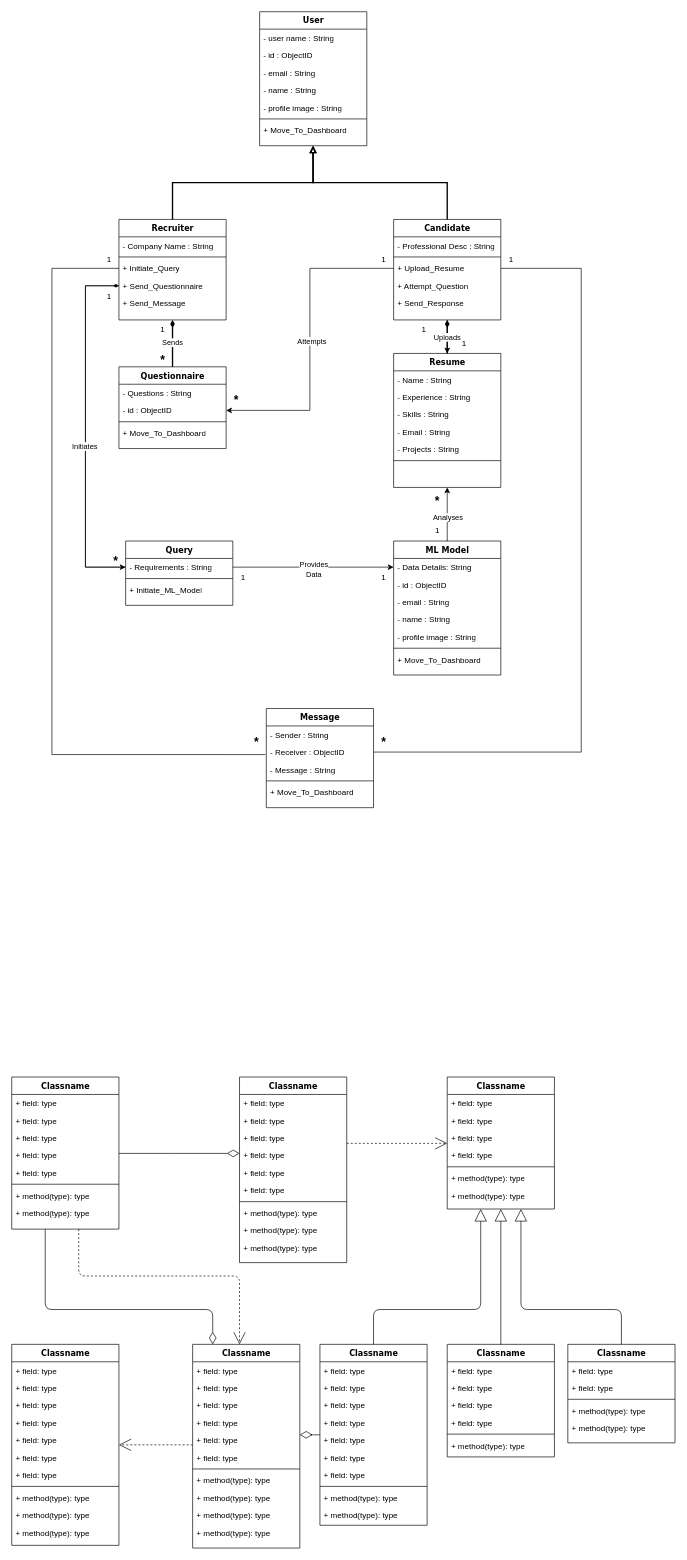
Earlier version of the draw.io diagram diagrams/Class Dia.drawio (ParthKapoor-dev/Purity.AI). Source tidied: cells renumbered, new cells numbered last; positions are measured from the earlier drawing's top-left corner, leaving out a move shared by most shapes. Both pictures are drawn from the tidied source at 67%, with x=0, y=0 at pixel (11, 11).
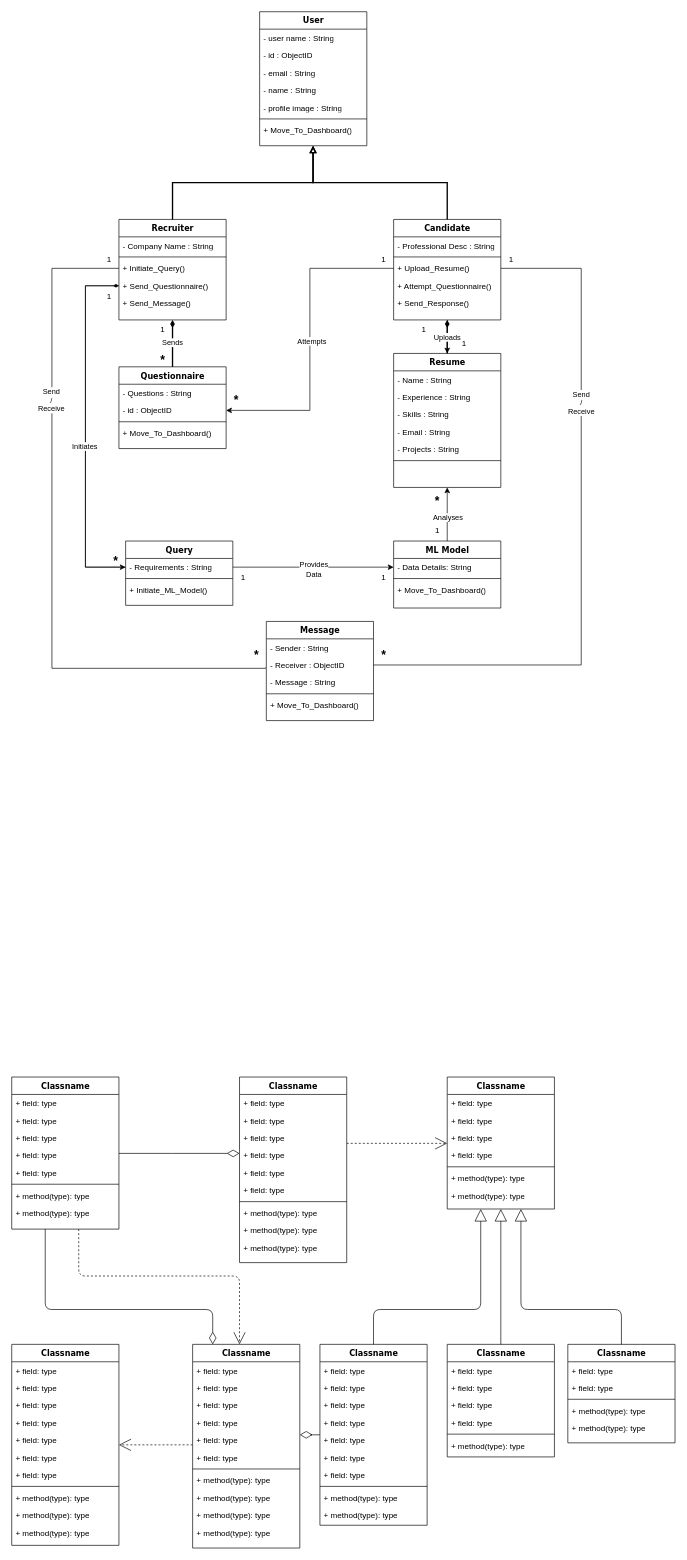
After the change.

Unchanged cells that the change refers to:
```xml
<mxCell id="87" value="Recruiter" style="swimlane;html=1;fontStyle=1;align=center;verticalAlign=top;horizontal=1;startSize=26;swimlaneFillColor=#ffffff;rounded=0;shadow=0;comic=0;labelBackgroundColor=none;strokeWidth=1;fillColor=none;fontFamily=Verdana;fontSize=12;" parent="1" vertex="1">
  <mxGeometry x="160" y="310" width="160" height="150" as="geometry" />
</mxCell>
<mxCell id="93" value="User" style="swimlane;html=1;fontStyle=1;align=center;verticalAlign=top;horizontal=1;startSize=26;swimlaneFillColor=#ffffff;rounded=0;shadow=0;comic=0;labelBackgroundColor=none;strokeWidth=1;fillColor=none;fontFamily=Verdana;fontSize=12;" parent="1" vertex="1">
  <mxGeometry x="370" width="160" height="200" as="geometry" />
</mxCell>
<mxCell id="102" value="Candidate" style="swimlane;html=1;fontStyle=1;align=center;verticalAlign=top;horizontal=1;startSize=26;swimlaneFillColor=#ffffff;rounded=0;shadow=0;comic=0;labelBackgroundColor=none;strokeWidth=1;fillColor=none;fontFamily=Verdana;fontSize=12;" parent="1" vertex="1">
  <mxGeometry x="570" y="310" width="160" height="150" as="geometry" />
</mxCell>
<mxCell id="110" value="Questionnaire" style="swimlane;html=1;fontStyle=1;align=center;verticalAlign=top;horizontal=1;startSize=26;swimlaneFillColor=#ffffff;rounded=0;shadow=0;comic=0;labelBackgroundColor=none;strokeWidth=1;fillColor=none;fontFamily=Verdana;fontSize=12;" parent="1" vertex="1">
  <mxGeometry x="160" y="530" width="160" height="122" as="geometry" />
</mxCell>
<mxCell id="124" value="Query" style="swimlane;html=1;fontStyle=1;align=center;verticalAlign=top;horizontal=1;startSize=26;swimlaneFillColor=#ffffff;rounded=0;shadow=0;comic=0;labelBackgroundColor=none;strokeWidth=1;fillColor=none;fontFamily=Verdana;fontSize=12;" parent="1" vertex="1">
  <mxGeometry x="170" y="790" width="160" height="96" as="geometry" />
</mxCell>
<mxCell id="140" value="- Receiver : ObjectID" style="text;html=1;strokeColor=none;fillColor=none;align=left;verticalAlign=top;spacingLeft=4;spacingRight=4;whiteSpace=wrap;overflow=hidden;points=[[0,0.5],[1,0.5]];portConstraint=eastwest;" parent="138" vertex="1">
  <mxGeometry y="52" width="160" height="26" as="geometry" />
</mxCell>
```

What changed in the source:
```diff
@@
-    <mxCell id="90" value="+ Initiate_Query" style="text;html=1;strokeColor=none;fillColor=none;align=left;verticalAlign=top;spacingLeft=4;spacingRight=4;whiteSpace=wrap;overflow=hidden;points=[[0,0.5],[1,0.5]];portConstraint=eastwest;" parent="87" vertex="1">
+    <mxCell id="90" value="+ Initiate_Query()" style="text;html=1;strokeColor=none;fillColor=none;align=left;verticalAlign=top;spacingLeft=4;spacingRight=4;whiteSpace=wrap;overflow=hidden;points=[[0,0.5],[1,0.5]];portConstraint=eastwest;" parent="87" vertex="1">
       <mxGeometry y="60" width="160" height="26" as="geometry" />
     </mxCell>
-    <mxCell id="91" value="+ Send_Questionnaire" style="text;html=1;strokeColor=none;fillColor=none;align=left;verticalAlign=top;spacingLeft=4;spacingRight=4;whiteSpace=wrap;overflow=hidden;points=[[0,0.5],[1,0.5]];portConstraint=eastwest;" parent="87" vertex="1">
+    <mxCell id="91" value="+ Send_Questionnaire()" style="text;html=1;strokeColor=none;fillColor=none;align=left;verticalAlign=top;spacingLeft=4;spacingRight=4;whiteSpace=wrap;overflow=hidden;points=[[0,0.5],[1,0.5]];portConstraint=eastwest;" parent="87" vertex="1">
       <mxGeometry y="86" width="160" height="26" as="geometry" />
     </mxCell>
-    <mxCell id="92" value="+ Send_Message" style="text;html=1;strokeColor=none;fillColor=none;align=left;verticalAlign=top;spacingLeft=4;spacingRight=4;whiteSpace=wrap;overflow=hidden;" parent="87" vertex="1">
+    <mxCell id="92" value="+ Send_Message()" style="text;html=1;strokeColor=none;fillColor=none;align=left;verticalAlign=top;spacingLeft=4;spacingRight=4;whiteSpace=wrap;overflow=hidden;" parent="87" vertex="1">
       <mxGeometry y="112" width="160" height="26" as="geometry" />
     </mxCell>
@@
-    <mxCell id="100" value="+ Move_To_Dashboard" style="text;html=1;strokeColor=none;fillColor=none;align=left;verticalAlign=top;spacingLeft=4;spacingRight=4;whiteSpace=wrap;overflow=hidden;points=[[0,0.5],[1,0.5]];portConstraint=eastwest;" parent="93" vertex="1">
+    <mxCell id="100" value="+ Move_To_Dashboard()" style="text;html=1;strokeColor=none;fillColor=none;align=left;verticalAlign=top;spacingLeft=4;spacingRight=4;whiteSpace=wrap;overflow=hidden;points=[[0,0.5],[1,0.5]];portConstraint=eastwest;" parent="93" vertex="1">
       <mxGeometry y="164" width="160" height="36" as="geometry" />
     </mxCell>
@@
-    <mxCell id="105" value="+ Upload_Resume" style="text;html=1;strokeColor=none;fillColor=none;align=left;verticalAlign=top;spacingLeft=4;spacingRight=4;whiteSpace=wrap;overflow=hidden;points=[[0,0.5],[1,0.5]];portConstraint=eastwest;" parent="102" vertex="1">
+    <mxCell id="105" value="+ Upload_Resume()" style="text;html=1;strokeColor=none;fillColor=none;align=left;verticalAlign=top;spacingLeft=4;spacingRight=4;whiteSpace=wrap;overflow=hidden;points=[[0,0.5],[1,0.5]];portConstraint=eastwest;" parent="102" vertex="1">
       <mxGeometry y="60" width="160" height="26" as="geometry" />
     </mxCell>
-    <mxCell id="106" value="+ Attempt_Question" style="text;html=1;strokeColor=none;fillColor=none;align=left;verticalAlign=top;spacingLeft=4;spacingRight=4;whiteSpace=wrap;overflow=hidden;" parent="102" vertex="1">
+    <mxCell id="106" value="+ Attempt_Questionnaire()" style="text;html=1;strokeColor=none;fillColor=none;align=left;verticalAlign=top;spacingLeft=4;spacingRight=4;whiteSpace=wrap;overflow=hidden;" parent="102" vertex="1">
       <mxGeometry y="86" width="160" height="26" as="geometry" />
     </mxCell>
-    <mxCell id="107" value="+ Send_Response" style="text;html=1;strokeColor=none;fillColor=none;align=left;verticalAlign=top;spacingLeft=4;spacingRight=4;whiteSpace=wrap;overflow=hidden;" parent="102" vertex="1">
+    <mxCell id="107" value="+ Send_Response()" style="text;html=1;strokeColor=none;fillColor=none;align=left;verticalAlign=top;spacingLeft=4;spacingRight=4;whiteSpace=wrap;overflow=hidden;" parent="102" vertex="1">
       <mxGeometry y="112" width="160" height="26" as="geometry" />
     </mxCell>
@@
-    <mxCell id="114" value="+ Move_To_Dashboard" style="text;html=1;strokeColor=none;fillColor=none;align=left;verticalAlign=top;spacingLeft=4;spacingRight=4;whiteSpace=wrap;overflow=hidden;" parent="110" vertex="1">
+    <mxCell id="114" value="+ Move_To_Dashboard()" style="text;html=1;strokeColor=none;fillColor=none;align=left;verticalAlign=top;spacingLeft=4;spacingRight=4;whiteSpace=wrap;overflow=hidden;" parent="110" vertex="1">
       <mxGeometry y="86" width="160" height="36" as="geometry" />
     </mxCell>
@@
-    <mxCell id="127" value="+ Initiate_ML_Model" style="text;html=1;strokeColor=none;fillColor=none;align=left;verticalAlign=top;spacingLeft=4;spacingRight=4;whiteSpace=wrap;overflow=hidden;" parent="124" vertex="1">
+    <mxCell id="127" value="+ Initiate_ML_Model()" style="text;html=1;strokeColor=none;fillColor=none;align=left;verticalAlign=top;spacingLeft=4;spacingRight=4;whiteSpace=wrap;overflow=hidden;" parent="124" vertex="1">
       <mxGeometry y="60" width="160" height="36" as="geometry" />
     </mxCell>
@@
     <mxCell id="130" value="ML Model" style="swimlane;html=1;fontStyle=1;align=center;verticalAlign=top;horizontal=1;startSize=26;swimlaneFillColor=#ffffff;rounded=0;shadow=0;comic=0;labelBackgroundColor=none;strokeWidth=1;fillColor=none;fontFamily=Verdana;fontSize=12;" parent="1" vertex="1">
-      <mxGeometry x="570" y="790" width="160" height="200" as="geometry" />
+      <mxGeometry x="570" y="790" width="160" height="100" as="geometry" />
     </mxCell>
@@
-    <mxCell id="132" value="- id : ObjectID" style="text;html=1;strokeColor=none;fillColor=none;align=left;verticalAlign=top;spacingLeft=4;spacingRight=4;whiteSpace=wrap;overflow=hidden;" parent="130" vertex="1">
-      <mxGeometry y="52" width="160" height="26" as="geometry" />
-    </mxCell>
-    <mxCell id="133" value="- email : String" style="text;html=1;strokeColor=none;fillColor=none;align=left;verticalAlign=top;spacingLeft=4;spacingRight=4;whiteSpace=wrap;overflow=hidden;" parent="130" vertex="1">
-      <mxGeometry y="78" width="160" height="26" as="geometry" />
-    </mxCell>
-    <mxCell id="134" value="- name : String" style="text;html=1;strokeColor=none;fillColor=none;align=left;verticalAlign=top;spacingLeft=4;spacingRight=4;whiteSpace=wrap;overflow=hidden;" parent="130" vertex="1">
-      <mxGeometry y="104" width="160" height="26" as="geometry" />
-    </mxCell>
-    <mxCell id="135" value="- profile image : String" style="text;html=1;strokeColor=none;fillColor=none;align=left;verticalAlign=top;spacingLeft=4;spacingRight=4;whiteSpace=wrap;overflow=hidden;" parent="130" vertex="1">
-      <mxGeometry y="130" width="160" height="26" as="geometry" />
-    </mxCell>
     <mxCell id="136" style="line;html=1;strokeWidth=1;fillColor=none;align=left;verticalAlign=middle;spacingTop=-1;spacingLeft=3;spacingRight=3;labelPosition=right;" parent="130" vertex="1">
-      <mxGeometry y="156" width="160" height="8" as="geometry" />
+      <mxGeometry y="52" width="160" height="8" as="geometry" />
     </mxCell>
-    <mxCell id="137" value="+ Move_To_Dashboard" style="text;html=1;strokeColor=none;fillColor=none;align=left;verticalAlign=top;spacingLeft=4;spacingRight=4;whiteSpace=wrap;overflow=hidden;" parent="130" vertex="1">
-      <mxGeometry y="164" width="160" height="36" as="geometry" />
+    <mxCell id="137" value="+ Move_To_Dashboard()" style="text;html=1;strokeColor=none;fillColor=none;align=left;verticalAlign=top;spacingLeft=4;spacingRight=4;whiteSpace=wrap;overflow=hidden;" parent="130" vertex="1">
+      <mxGeometry y="60" width="160" height="36" as="geometry" />
     </mxCell>
     <mxCell id="138" value="Message" style="swimlane;html=1;fontStyle=1;align=center;verticalAlign=top;horizontal=1;startSize=26;swimlaneFillColor=#ffffff;rounded=0;shadow=0;comic=0;labelBackgroundColor=none;strokeWidth=1;fillColor=none;fontFamily=Verdana;fontSize=12;" parent="1" vertex="1">
-      <mxGeometry x="380" y="1040" width="160" height="148" as="geometry" />
+      <mxGeometry x="380" y="910" width="160" height="148" as="geometry" />
     </mxCell>
@@
-    <mxCell id="143" value="+ Move_To_Dashboard" style="text;html=1;strokeColor=none;fillColor=none;align=left;verticalAlign=top;spacingLeft=4;spacingRight=4;whiteSpace=wrap;overflow=hidden;" parent="138" vertex="1">
+    <mxCell id="143" value="+ Move_To_Dashboard()" style="text;html=1;strokeColor=none;fillColor=none;align=left;verticalAlign=top;spacingLeft=4;spacingRight=4;whiteSpace=wrap;overflow=hidden;" parent="138" vertex="1">
       <mxGeometry y="112" width="160" height="36" as="geometry" />
     </mxCell>
@@
     <mxCell id="153" style="edgeStyle=orthogonalEdgeStyle;rounded=0;jettySize=auto;html=1;entryX=1;entryY=0.5;entryDx=0;entryDy=0;endArrow=none;endFill=0;" parent="1" edge="1" source="105" target="140">
       <mxGeometry relative="1" as="geometry">
         <Array as="points">
           <mxPoint x="850" y="383" />
-          <mxPoint x="850" y="1105" />
+          <mxPoint x="850" y="975" />
         </Array>
       </mxGeometry>
     </mxCell>
+    <mxCell id="171" value="Send&lt;div&gt;/&lt;/div&gt;&lt;div&gt;Receive&lt;/div&gt;" style="edgeLabel;html=1;align=center;verticalAlign=middle;" parent="153" vertex="1">
+      <mxGeometry x="-0.39" y="-1" relative="1" as="geometry">
+        <mxPoint y="8" as="offset" />
+      </mxGeometry>
+    </mxCell>
     <mxCell id="154" style="edgeStyle=orthogonalEdgeStyle;rounded=0;jettySize=auto;html=1;entryX=-0.008;entryY=0.644;entryDx=0;entryDy=0;entryPerimeter=0;endArrow=none;endFill=0;" parent="1" edge="1" source="90" target="140">
       <mxGeometry relative="1" as="geometry">
         <Array as="points">
           <mxPoint x="60" y="383" />
-          <mxPoint x="60" y="1109" />
-          <mxPoint x="379" y="1109" />
+          <mxPoint x="60" y="980" />
+          <mxPoint x="379" y="980" />
         </Array>
       </mxGeometry>
     </mxCell>
+    <mxCell id="172" value="Send&lt;div&gt;/&lt;/div&gt;&lt;div&gt;Receive&lt;/div&gt;" style="edgeLabel;html=1;align=center;verticalAlign=middle;" parent="154" vertex="1">
+      <mxGeometry x="-0.41" y="-2" relative="1" as="geometry">
+        <mxPoint y="-4" as="offset" />
+      </mxGeometry>
+    </mxCell>
@@
     <mxCell id="168" value="&lt;b&gt;&lt;font style=&quot;font-size: 18px;&quot;&gt;*&lt;/font&gt;&lt;/b&gt;" style="text;html=1;align=center;verticalAlign=middle;strokeColor=none;fillColor=none;" parent="1" vertex="1">
-      <mxGeometry x="350" y="1070" width="30" height="40" as="geometry" />
+      <mxGeometry x="350" y="940" width="30" height="40" as="geometry" />
     </mxCell>
     <mxCell id="169" value="&lt;b&gt;&lt;font style=&quot;font-size: 18px;&quot;&gt;*&lt;/font&gt;&lt;/b&gt;" style="text;html=1;align=center;verticalAlign=middle;strokeColor=none;fillColor=none;" parent="1" vertex="1">
-      <mxGeometry x="540" y="1070" width="30" height="40" as="geometry" />
+      <mxGeometry x="540" y="940" width="30" height="40" as="geometry" />
     </mxCell>
```
